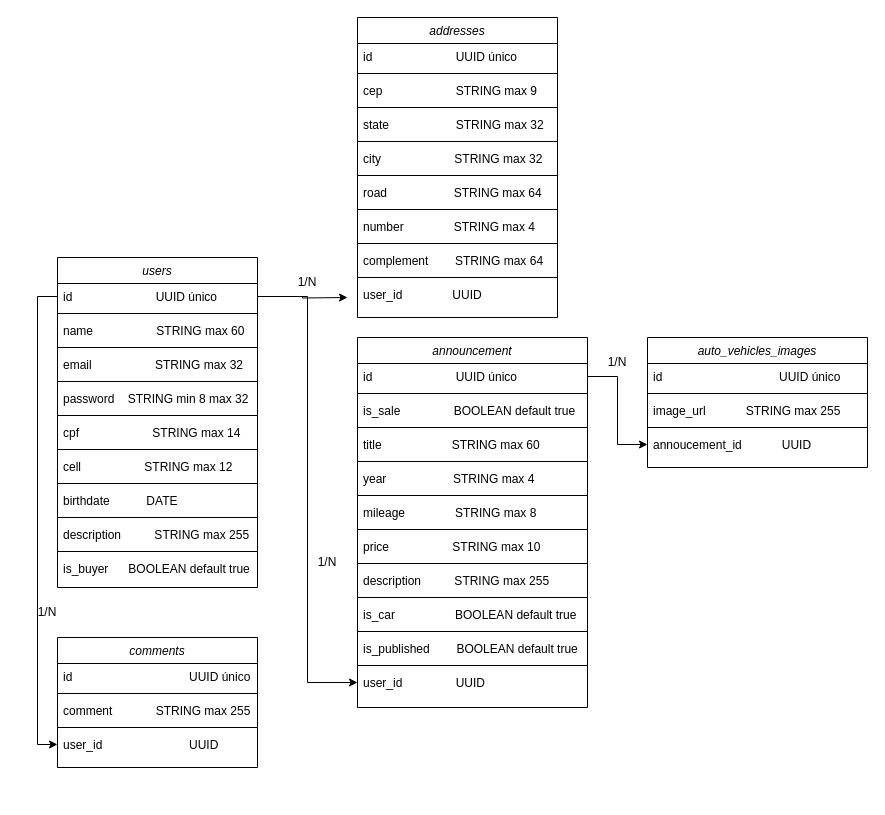
projeto-m6/frontend keeps this draw.io diagram as public/Untitled Diagram.drawio. Above is the earlier version. Source tidied: cells renumbered, new cells numbered last; positions are measured from the earlier drawing's top-left corner, leaving out a move shared by most shapes. Both pictures are drawn from the tidied source at 100%, with x=0, y=0 at pixel (17, 17).
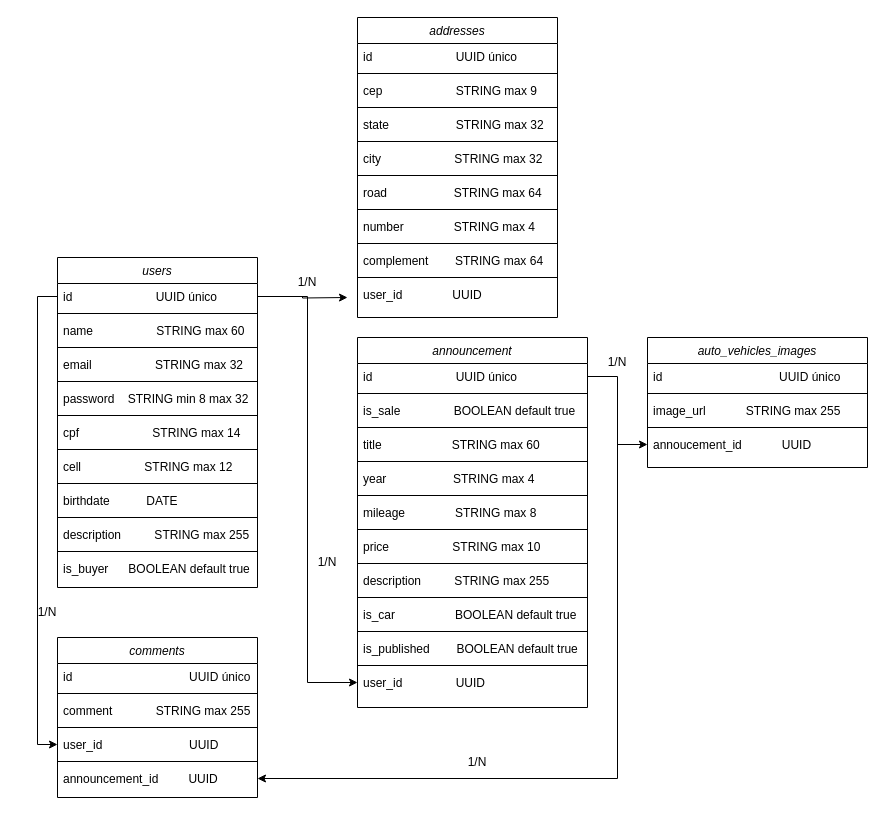
The same diagram, later.

The change refers to these unchanged cells:
```xml
<mxCell id="75" value="1/N" style="text;html=1;strokeColor=none;fillColor=none;align=center;verticalAlign=middle;whiteSpace=wrap;rounded=0;" parent="1" vertex="1">
  <mxGeometry x="570" y="330" width="60" height="30" as="geometry" />
</mxCell>
```

Change to the diagram source:
```diff
@@
     <mxCell id="62" value="comments" style="swimlane;fontStyle=2;align=center;verticalAlign=top;horizontal=1;startSize=26;rounded=0;shadow=0;strokeWidth=1;" parent="1" vertex="1">
-      <mxGeometry x="40" y="620" width="200" height="130" as="geometry" />
+      <mxGeometry x="40" y="620" width="200" height="160" as="geometry" />
     </mxCell>
@@
+    <mxCell id="76" style="line;html=1;strokeWidth=1;align=left;verticalAlign=middle;spacingTop=-1;spacingLeft=3;spacingRight=3;labelPosition=right;" parent="62" vertex="1">
+      <mxGeometry y="120" width="200" height="8" as="geometry" />
+    </mxCell>
+    <mxCell id="77" value="announcement_id         UUID" style="text;align=left;verticalAlign=top;spacingLeft=4;spacingRight=4;overflow=hidden;points=[[0,0.5],[1,0.5]];portConstraint=eastwest;rounded=0;shadow=0;html=0;" parent="62" vertex="1">
+      <mxGeometry y="128" width="200" height="26" as="geometry" />
+    </mxCell>
@@
+    <mxCell id="78" style="edgeStyle=orthogonalEdgeStyle;rounded=0;jettySize=auto;html=1;entryX=1;entryY=0.5;entryDx=0;entryDy=0;" parent="1" edge="1" source="75" target="77">
+      <mxGeometry relative="1" as="geometry" />
+    </mxCell>
@@
+    <mxCell id="79" value="1/N" style="text;html=1;strokeColor=none;fillColor=none;align=center;verticalAlign=middle;whiteSpace=wrap;rounded=0;" parent="1" vertex="1">
+      <mxGeometry x="430" y="730" width="60" height="30" as="geometry" />
+    </mxCell>
```
